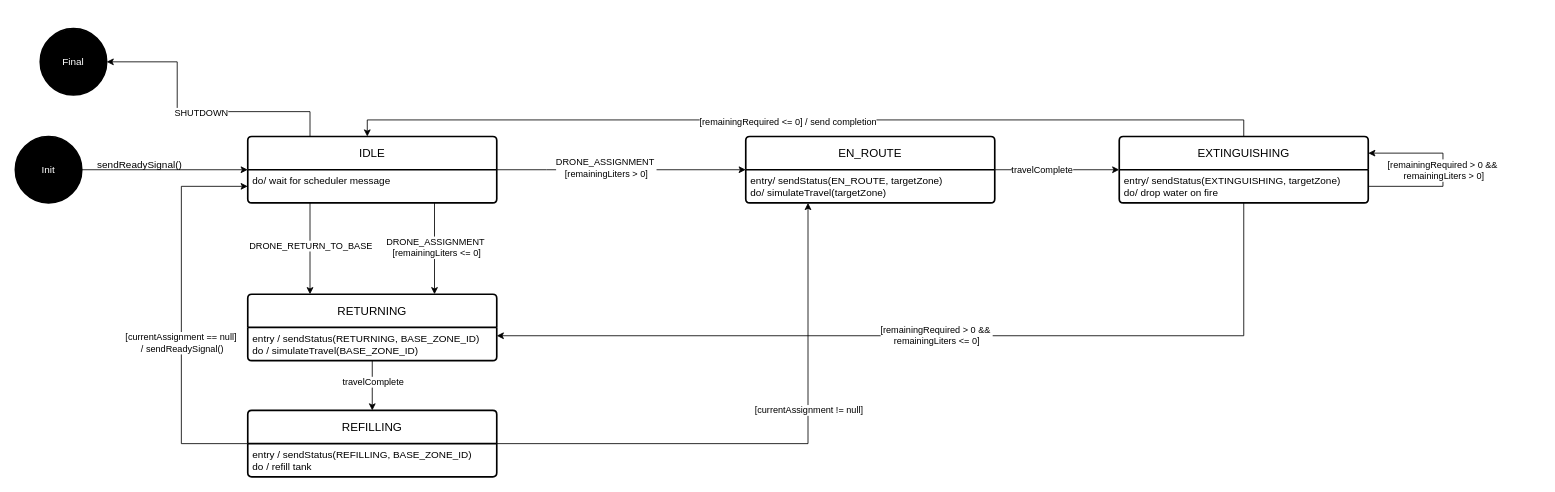
Before: docs/diagrams/drone-subsystem-state-machine-diagram.drawio in JowiAoun/SYSC3303W26-Project, a draw.io diagram. Source tidied: cells renumbered, new cells numbered last; positions are measured from the earlier drawing's top-left corner, leaving out a move shared by most shapes. Both pictures are drawn from the tidied source at 83%, with x=0, y=0 at pixel (15, 28).
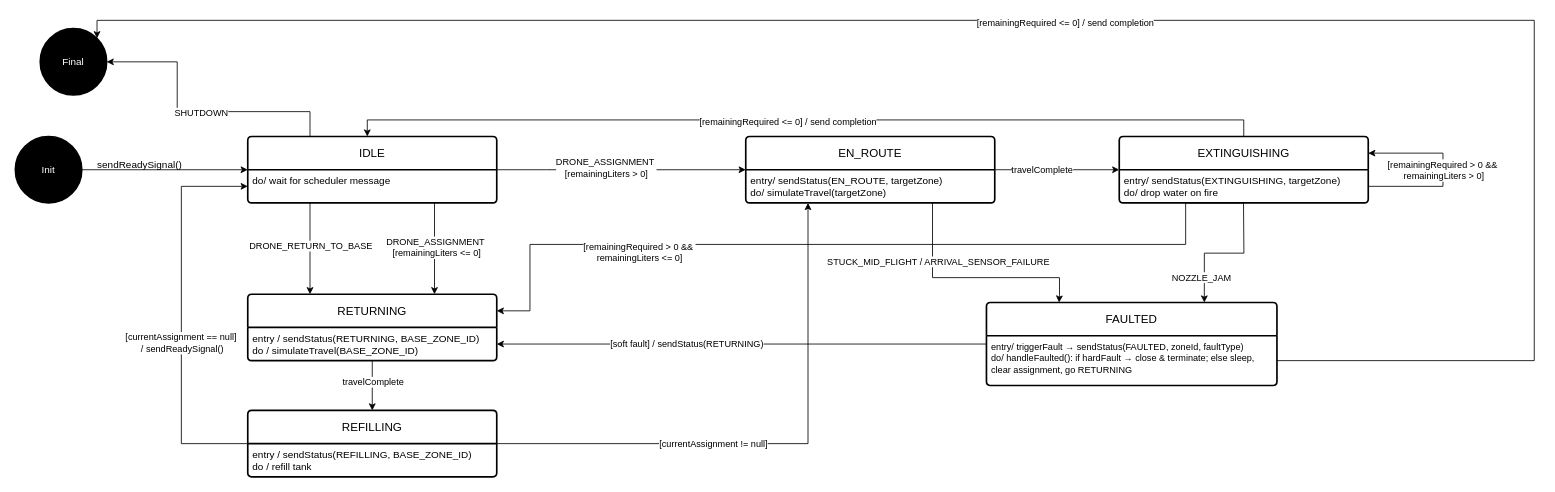
The same page after the edit.

Commit message (it also covers changes not shown here):
docs: updated drone subsystem state diagram

Made-with: Cursor

Unchanged cells that the change refers to:
```xml
<mxCell id="10" value="entry/ sendStatus(EXTINGUISHING, targetZone)&lt;div&gt;do/ drop water on fire&lt;/div&gt;&lt;div&gt;&lt;br&gt;&lt;/div&gt;" style="align=left;strokeColor=none;fillColor=none;spacingLeft=4;spacingRight=4;fontSize=12;verticalAlign=top;html=1;whiteSpace=wrap;" parent="9" vertex="1">
  <mxGeometry y="40" width="300" height="40" as="geometry" />
</mxCell>
<mxCell id="12" value="&lt;div&gt;entry / sendStatus(RETURNING, BASE_ZONE_ID)&lt;/div&gt;&lt;div&gt;do / simulateTravel(BASE_ZONE_ID)&lt;/div&gt;" style="align=left;strokeColor=none;fillColor=none;spacingLeft=4;spacingRight=4;fontSize=12;verticalAlign=top;html=1;whiteSpace=wrap;" parent="11" vertex="1">
  <mxGeometry y="40" width="300" height="40" as="geometry" />
</mxCell>
<mxCell id="16" value="entry/ sendStatus(EN_ROUTE, targetZone)&lt;div&gt;do/ simulateTravel(targetZone)&lt;/div&gt;" style="align=left;strokeColor=none;fillColor=none;spacingLeft=4;spacingRight=4;fontSize=12;verticalAlign=top;html=1;whiteSpace=wrap;" parent="15" vertex="1">
  <mxGeometry y="40" width="300" height="40" as="geometry" />
</mxCell>
<mxCell id="17" value="&lt;font style=&quot;color: rgb(255, 255, 255);&quot;&gt;Final&lt;/font&gt;" style="strokeWidth=2;html=1;shape=mxgraph.flowchart.start_2;whiteSpace=wrap;fillColor=light-dark(#000000,#000000);fillStyle=solid;" parent="1" vertex="1">
  <mxGeometry x="30" width="80" height="80" as="geometry" />
</mxCell>
<mxCell id="33" style="edgeStyle=orthogonalEdgeStyle;rounded=0;jettySize=auto;html=1;exitX=1;exitY=0;exitDx=0;exitDy=0;entryX=0.25;entryY=1;entryDx=0;entryDy=0;" parent="1" edge="1" source="14" target="16">
  <mxGeometry relative="1" as="geometry">
    <Array as="points">
      <mxPoint x="955" y="500" />
    </Array>
  </mxGeometry>
</mxCell>
```

Diff of the diagram source:
```diff
@@
-    <mxCell id="30" value="[remainingRequired &amp;gt; 0 &amp;amp;&amp;amp;&amp;nbsp;&lt;div&gt;remainingLiters &amp;lt;= 0]&lt;/div&gt;" style="edgeStyle=orthogonalEdgeStyle;rounded=0;jettySize=auto;html=1;exitX=0.5;exitY=1;exitDx=0;exitDy=0;entryX=1;entryY=0.25;entryDx=0;entryDy=0;" parent="1" edge="1" source="10" target="12">
-      <mxGeometry relative="1" as="geometry" />
+    <mxCell id="30" value="[remainingRequired &amp;gt; 0 &amp;amp;&amp;amp;&amp;nbsp;&lt;div&gt;remainingLiters &amp;lt;= 0]&lt;/div&gt;" style="edgeStyle=orthogonalEdgeStyle;rounded=0;jettySize=auto;html=1;exitX=0.5;exitY=1;exitDx=0;exitDy=0;" parent="1" edge="1" source="10">
+      <mxGeometry x="0.51" y="10" relative="1" as="geometry">
+        <mxPoint x="580" y="340" as="targetPoint" />
+        <Array as="points">
+          <mxPoint x="1410" y="210" />
+          <mxPoint x="1410" y="260" />
+          <mxPoint x="620" y="260" />
+          <mxPoint x="620" y="340" />
+          <mxPoint x="580" y="340" />
+        </Array>
+      </mxGeometry>
     </mxCell>
@@
     <mxCell id="34" value="[currentAssignment != null]" style="edgeLabel;html=1;align=center;verticalAlign=middle;" parent="33" vertex="1">
-      <mxGeometry x="0.25" relative="1" as="geometry" />
+      <mxGeometry x="0.25" relative="1" as="geometry">
+        <mxPoint x="-115" y="41" as="offset" />
+      </mxGeometry>
     </mxCell>
@@
+    <mxCell id="37" value="FAULTED" style="swimlane;horizontal=1;startSize=40;rounded=1;fontSize=14;fontStyle=0;strokeWidth=2;shadow=0;dashed=0;align=center;arcSize=4;whiteSpace=wrap;html=1;" parent="1" vertex="1">
+      <mxGeometry x="1170" y="330" width="350" height="100" as="geometry" />
+    </mxCell>
+    <mxCell id="38" value="&lt;span style=&quot;font-size: 11px;&quot;&gt;entry/ triggerFault → sendStatus(FAULTED, zoneId, faultType)&lt;/span&gt;&lt;div style=&quot;font-size: 11px;&quot;&gt;do/ handleFaulted(): if hardFault → close &amp;amp; terminate; else sleep, clear assignment, go RETURNING&lt;/div&gt;" style="align=left;strokeColor=none;fillColor=none;spacingLeft=4;spacingRight=4;fontSize=12;verticalAlign=top;html=1;whiteSpace=wrap;" parent="37" vertex="1">
+      <mxGeometry y="40" width="350" height="60" as="geometry" />
+    </mxCell>
+    <mxCell id="39" style="edgeStyle=orthogonalEdgeStyle;rounded=0;jettySize=auto;html=1;exitX=0.75;exitY=1;exitDx=0;exitDy=0;entryX=0.25;entryY=0;entryDx=0;entryDy=0;" parent="1" edge="1" source="16" target="37">
+      <mxGeometry relative="1" as="geometry">
+        <Array as="points">
+          <mxPoint x="1105" y="300" />
+          <mxPoint x="1258" y="300" />
+          <mxPoint x="1258" y="320" />
+        </Array>
+      </mxGeometry>
+    </mxCell>
+    <mxCell id="40" value="STUCK_MID_FLIGHT / ARRIVAL_SENSOR_FAILURE" style="edgeLabel;html=1;align=center;verticalAlign=middle;" parent="39" vertex="1">
+      <mxGeometry x="-0.07" relative="1" as="geometry">
+        <mxPoint x="-31" y="-20" as="offset" />
+      </mxGeometry>
+    </mxCell>
+    <mxCell id="41" style="edgeStyle=orthogonalEdgeStyle;rounded=0;jettySize=auto;html=1;exitX=0.25;exitY=1;exitDx=0;exitDy=0;entryX=0.75;entryY=0;entryDx=0;entryDy=0;" parent="1" edge="1" target="37">
+      <mxGeometry relative="1" as="geometry">
+        <mxPoint x="1479.7" y="210" as="sourcePoint" />
+      </mxGeometry>
+    </mxCell>
+    <mxCell id="42" value="NOZZLE_JAM" style="edgeLabel;html=1;align=center;verticalAlign=middle;" parent="41" vertex="1">
+      <mxGeometry x="-0.07" relative="1" as="geometry">
+        <mxPoint x="-34" y="29" as="offset" />
+      </mxGeometry>
+    </mxCell>
+    <mxCell id="43" value="[soft fault] / sendStatus(RETURNING)" style="edgeStyle=orthogonalEdgeStyle;rounded=0;jettySize=auto;html=1;exitX=0;exitY=0.25;exitDx=0;exitDy=0;entryX=1;entryY=0.5;entryDx=0;entryDy=0;" parent="1" edge="1" source="38" target="12">
+      <mxGeometry x="0.23" relative="1" as="geometry">
+        <Array as="points">
+          <mxPoint x="1170" y="380" />
+        </Array>
+      </mxGeometry>
+    </mxCell>
+    <mxCell id="44" style="edgeStyle=orthogonalEdgeStyle;rounded=0;jettySize=auto;html=1;entryX=0.855;entryY=0.145;entryDx=0;entryDy=0;entryPerimeter=0;exitX=1;exitY=0.5;exitDx=0;exitDy=0;" parent="1" edge="1" source="38" target="17">
+      <mxGeometry relative="1" as="geometry">
+        <Array as="points">
+          <mxPoint x="1830" y="400" />
+          <mxPoint x="1830" y="-10" />
+          <mxPoint x="98" y="-10" />
+        </Array>
+      </mxGeometry>
+    </mxCell>
+    <mxCell id="45" value="[remainingRequired &amp;lt;= 0] / send completion" style="edgeLabel;html=1;align=center;verticalAlign=middle;" parent="44" vertex="1">
+      <mxGeometry x="0.04" y="2" relative="1" as="geometry" />
+    </mxCell>
```
